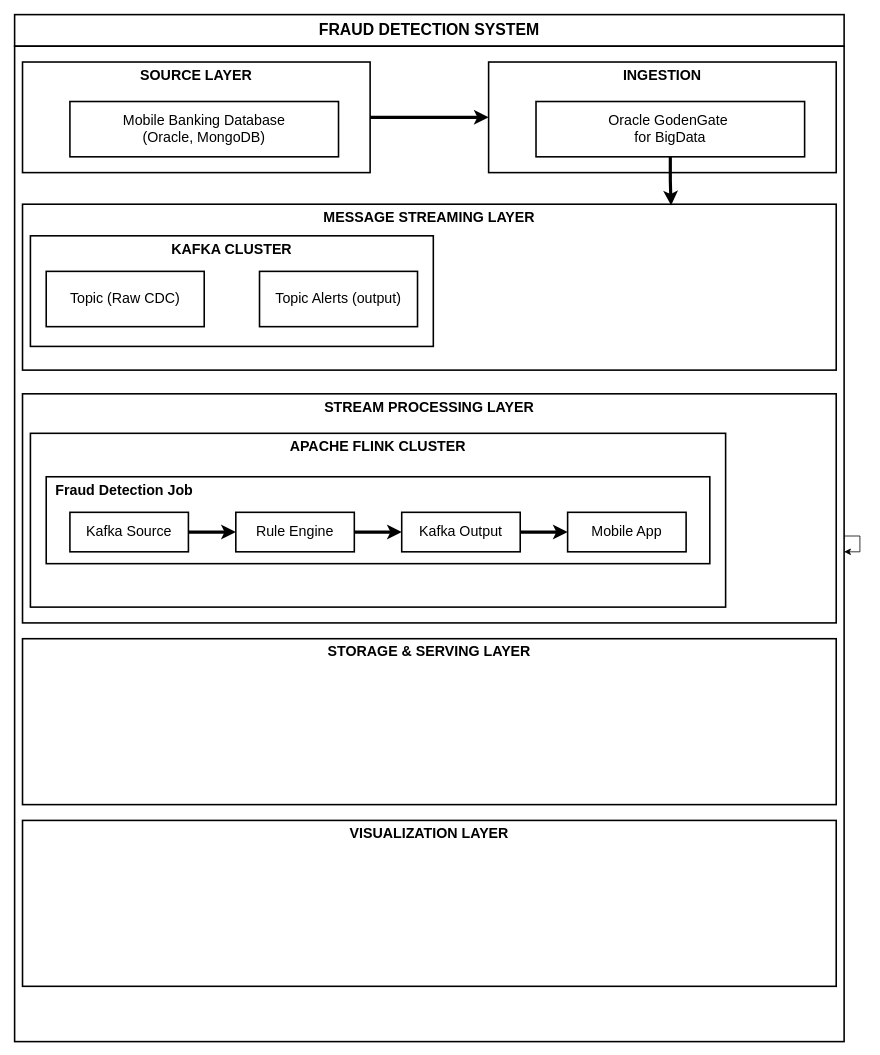
This is Fraud Detection.drawio from uyennt01/Project1, a draw.io file, before an edit. Source tidied: cells renumbered, new cells numbered last; positions are measured from the earlier drawing's top-left corner, leaving out a move shared by most shapes. Both pictures are drawn from the tidied source at 79%, with x=0, y=0 at pixel (14, 14).
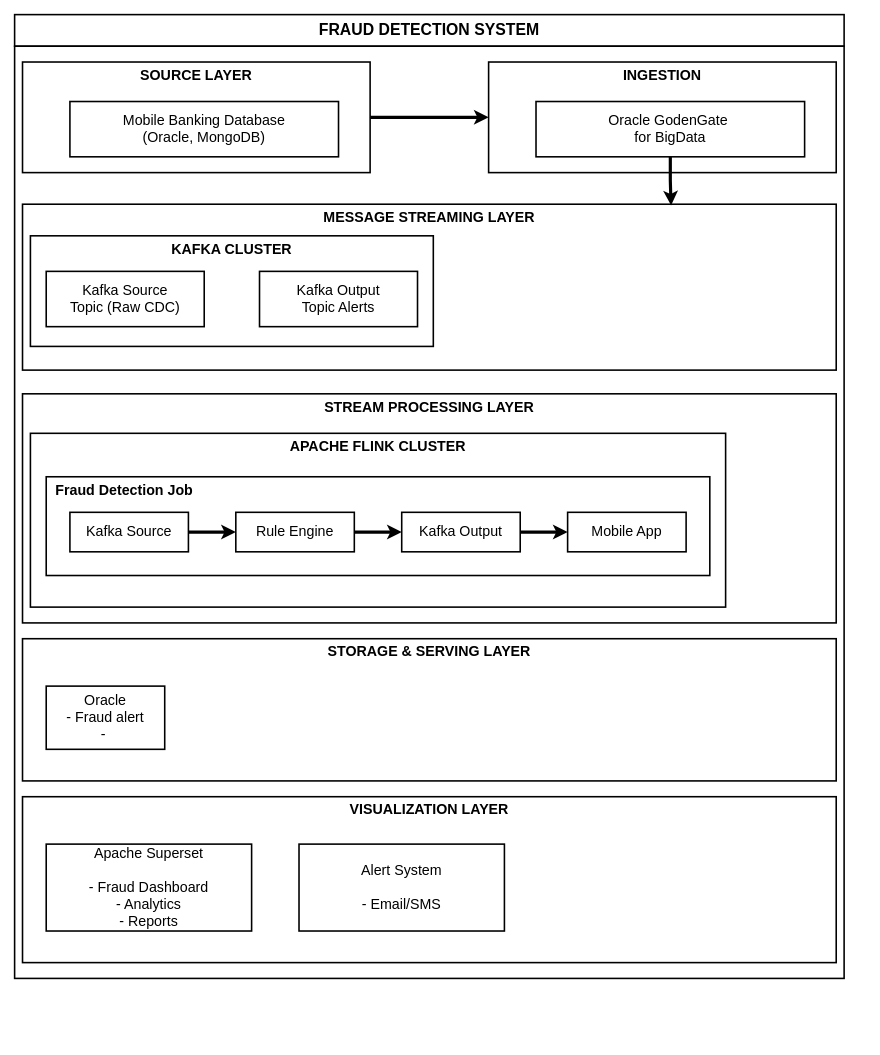
After the change.

Change to the diagram source:
```diff
@@
     <mxCell id="3" style="whiteSpace=wrap;strokeWidth=2;verticalAlign=top;fontSize=20;fontStyle=0;" parent="1" vertex="1">
-      <mxGeometry y="40" width="1050" height="1260" as="geometry" />
+      <mxGeometry y="40" width="1050" height="1180" as="geometry" />
     </mxCell>
@@
     <mxCell id="8" value="STORAGE &amp; SERVING LAYER" style="whiteSpace=wrap;strokeWidth=2;verticalAlign=top;fontSize=18;fontStyle=1;" parent="1" vertex="1">
-      <mxGeometry x="10" y="790" width="1030" height="210" as="geometry" />
+      <mxGeometry x="10" y="790" width="1030" height="180" as="geometry" />
     </mxCell>
     <mxCell id="9" value="VISUALIZATION LAYER" style="whiteSpace=wrap;strokeWidth=2;verticalAlign=top;fontSize=18;fontStyle=1;" parent="1" vertex="1">
-      <mxGeometry x="10" y="1020" width="1030" height="210" as="geometry" />
+      <mxGeometry x="10" y="990" width="1030" height="210" as="geometry" />
     </mxCell>
@@
-    <mxCell id="14" style="edgeStyle=orthogonalEdgeStyle;rounded=0;orthogonalLoop=1;jettySize=auto;html=1;" parent="1" edge="1" source="3" target="3">
-      <mxGeometry relative="1" as="geometry" />
-    </mxCell>
@@
-    <mxCell id="16" value="Topic (Raw CDC)" style="whiteSpace=wrap;strokeWidth=2;fontSize=18;" parent="1" vertex="1">
+    <mxCell id="16" value="Kafka Source&#10;Topic (Raw CDC)" style="whiteSpace=wrap;strokeWidth=2;fontSize=18;" parent="1" vertex="1">
       <mxGeometry x="40" y="325" width="200" height="70" as="geometry" />
     </mxCell>
-    <mxCell id="17" value="Topic Alerts (output)" style="whiteSpace=wrap;strokeWidth=2;fontSize=18;" parent="1" vertex="1">
+    <mxCell id="17" value="Kafka Output&#10;Topic Alerts" style="whiteSpace=wrap;strokeWidth=2;fontSize=18;" parent="1" vertex="1">
       <mxGeometry x="310" y="325" width="200" height="70" as="geometry" />
     </mxCell>
@@
     <mxCell id="19" value="  Fraud Detection Job" style="whiteSpace=wrap;strokeWidth=2;verticalAlign=top;fontSize=18;fontStyle=1;align=left;" parent="1" vertex="1">
-      <mxGeometry x="40" y="585" width="840" height="110" as="geometry" />
+      <mxGeometry x="40" y="585" width="840" height="125" as="geometry" />
     </mxCell>
@@
+    <mxCell id="27" value="Oracle&#10;- Fraud alert&#10;- " style="whiteSpace=wrap;strokeWidth=2;fontSize=18;" parent="1" vertex="1">
+      <mxGeometry x="40" y="850" width="150" height="80" as="geometry" />
+    </mxCell>
+    <mxCell id="28" value="Apache Superset&#10;&#10;- Fraud Dashboard&#10;- Analytics&#10;- Reports" style="whiteSpace=wrap;strokeWidth=2;fontSize=18;fontStyle=0;align=center;" parent="1" vertex="1">
+      <mxGeometry x="40" y="1050" width="260" height="110" as="geometry" />
+    </mxCell>
+    <mxCell id="29" value="Alert System&#10;&#10;- Email/SMS" style="whiteSpace=wrap;strokeWidth=2;fontSize=18;fontStyle=0;align=center;" parent="1" vertex="1">
+      <mxGeometry x="360" y="1050" width="260" height="110" as="geometry" />
+    </mxCell>
```
